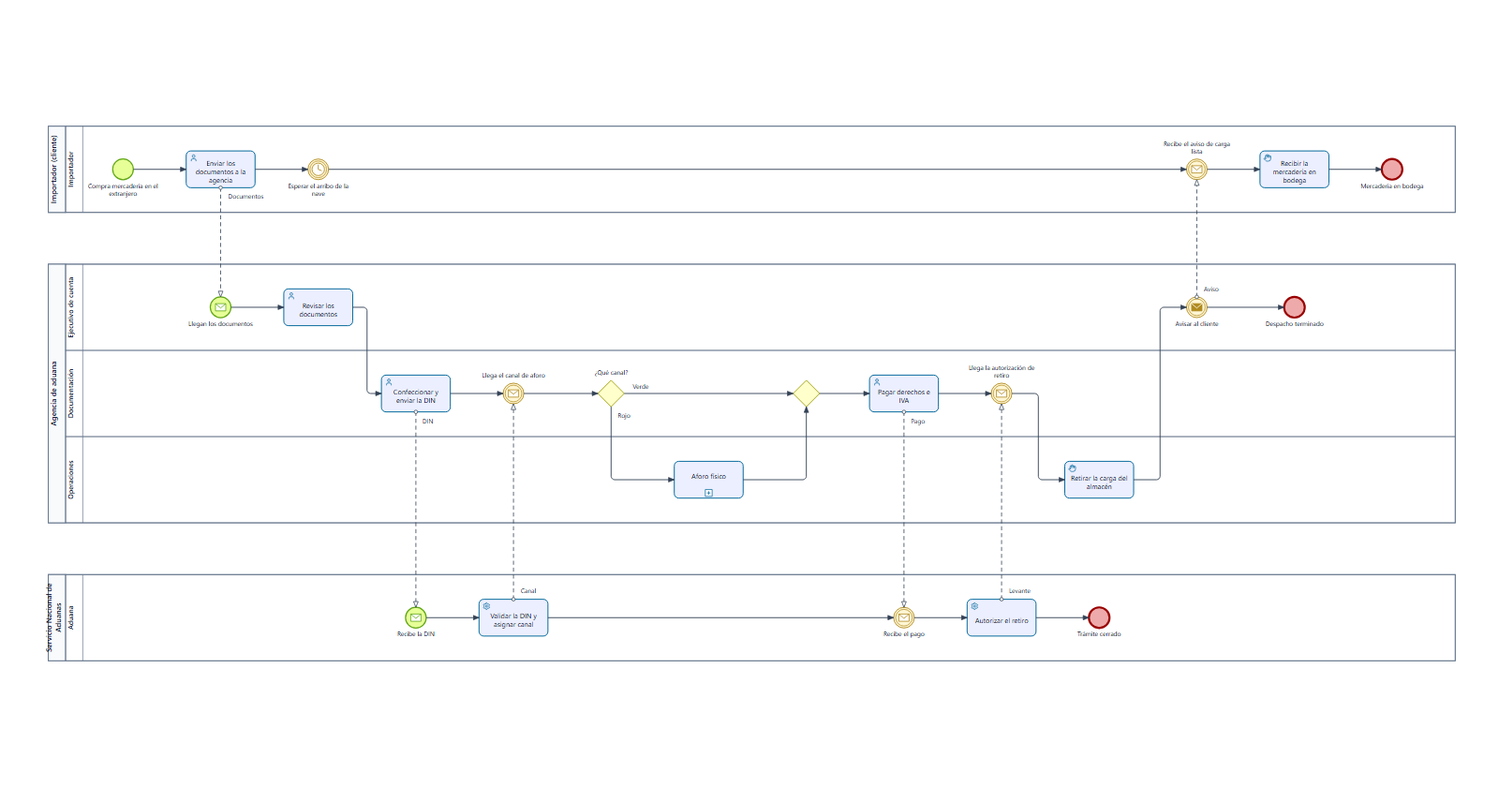
Above: plantillas/aduana-avanzada.png in ematurana-code/fluye (BPMN), before the change. Its source is kept beside it as plantillas/aduana-avanzada.bpmn. Ids are renumbered.
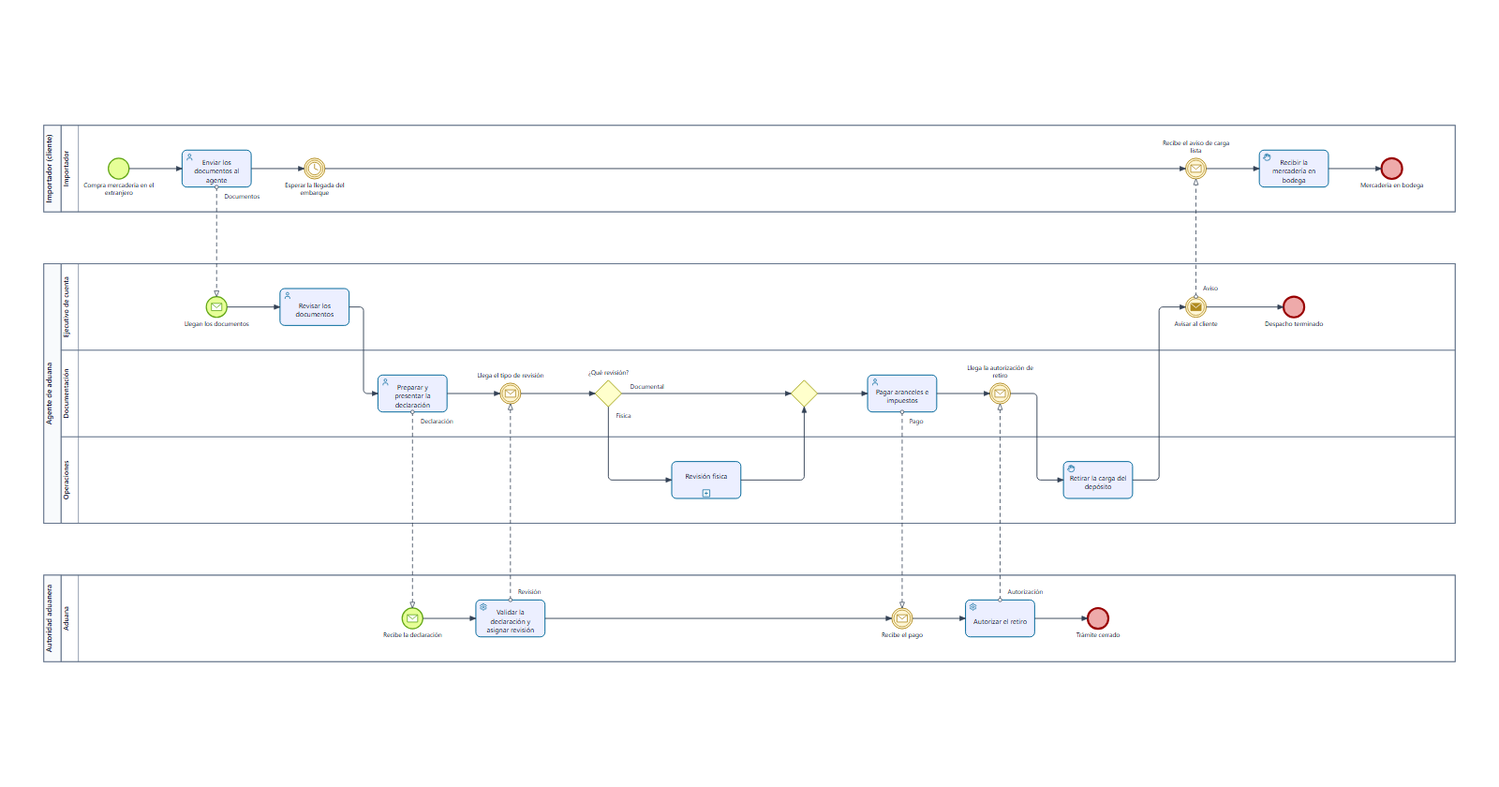
After the commit.

What changed in the source:
```diff
@@ -1,13 +1,13 @@
 <bpmn:definitions xmlns:bpmn="http://www.omg.org/spec/BPMN/20100524/MODEL" xmlns:bpmndi="http://www.omg.org/spec/BPMN/20100524/DI" xmlns:dc="http://www.omg.org/spec/DD/20100524/DC" xmlns:di="http://www.omg.org/spec/DD/20100524/DI" xmlns:fluye="http://fluye.app/schema/1.0" id="aduana_avanzada_definiciones" targetNamespace="http://fluye.app/bpmn" exporter="Fluye" exporterVersion="0.1.0">
   <bpmn:collaboration id="aduana_avanzada_colab0">
     <bpmn:participant id="aduana_avanzada_pool_importador" name="Importador (cliente)" processRef="aduana_avanzada_proceso_importador" />
-    <bpmn:participant id="aduana_avanzada_pool_agencia" name="Agencia de aduana" processRef="aduana_avanzada_proceso_agencia" />
-    <bpmn:participant id="aduana_avanzada_pool_aduana" name="Servicio Nacional de Aduanas" processRef="aduana_avanzada_proceso_aduana" />
+    <bpmn:participant id="aduana_avanzada_pool_agencia" name="Agente de aduana" processRef="aduana_avanzada_proceso_agencia" />
+    <bpmn:participant id="aduana_avanzada_pool_aduana" name="Autoridad aduanera" processRef="aduana_avanzada_proceso_aduana" />
     <bpmn:messageFlow id="aduana_avanzada_m0_0" name="Documentos" sourceRef="aduana_avanzada_c_env" targetRef="aduana_avanzada_a_ini" />
-    <bpmn:messageFlow id="aduana_avanzada_m0_1" name="DIN" sourceRef="aduana_avanzada_a_din" targetRef="aduana_avanzada_s_ini" />
-    <bpmn:messageFlow id="aduana_avanzada_m0_2" name="Canal" sourceRef="aduana_avanzada_s_val" targetRef="aduana_avanzada_a_can" />
+    <bpmn:messageFlow id="aduana_avanzada_m0_1" name="Declaración" sourceRef="aduana_avanzada_a_din" targetRef="aduana_avanzada_s_ini" />
+    <bpmn:messageFlow id="aduana_avanzada_m0_2" name="Revisión" sourceRef="aduana_avanzada_s_val" targetRef="aduana_avanzada_a_can" />
     <bpmn:messageFlow id="aduana_avanzada_m0_3" name="Pago" sourceRef="aduana_avanzada_a_pag" targetRef="aduana_avanzada_s_pag" />
-    <bpmn:messageFlow id="aduana_avanzada_m0_4" name="Levante" sourceRef="aduana_avanzada_s_aut" targetRef="aduana_avanzada_a_aut" />
+    <bpmn:messageFlow id="aduana_avanzada_m0_4" name="Autorización" sourceRef="aduana_avanzada_s_aut" targetRef="aduana_avanzada_a_aut" />
     <bpmn:messageFlow id="aduana_avanzada_m0_5" name="Aviso" sourceRef="aduana_avanzada_a_avi" targetRef="aduana_avanzada_c_avi" />
   </bpmn:collaboration>
   <bpmn:process id="aduana_avanzada_proceso_importador" isExecutable="false">
@@ -24,11 +24,11 @@
     <bpmn:startEvent id="aduana_avanzada_c_ini" name="Compra mercadería en el extranjero">
       <bpmn:outgoing>aduana_avanzada_f0_0</bpmn:outgoing>
     </bpmn:startEvent>
-    <bpmn:userTask id="aduana_avanzada_c_env" name="Enviar los documentos a la agencia">
+    <bpmn:userTask id="aduana_avanzada_c_env" name="Enviar los documentos al agente">
       <bpmn:incoming>aduana_avanzada_f0_0</bpmn:incoming>
       <bpmn:outgoing>aduana_avanzada_f0_1</bpmn:outgoing>
     </bpmn:userTask>
-    <bpmn:intermediateCatchEvent id="aduana_avanzada_c_esp" name="Esperar el arribo de la nave">
+    <bpmn:intermediateCatchEvent id="aduana_avanzada_c_esp" name="Esperar la llegada del embarque">
       <bpmn:incoming>aduana_avanzada_f0_1</bpmn:incoming>
       <bpmn:outgoing>aduana_avanzada_f0_2</bpmn:outgoing>
       <bpmn:timerEventDefinition id="aduana_avanzada_c_esp_def" />
@@ -80,22 +80,22 @@
       <bpmn:incoming>aduana_avanzada_f0_5</bpmn:incoming>
       <bpmn:outgoing>aduana_avanzada_f0_6</bpmn:outgoing>
     </bpmn:userTask>
-    <bpmn:userTask id="aduana_avanzada_a_din" name="Confeccionar y enviar la DIN">
+    <bpmn:userTask id="aduana_avanzada_a_din" name="Preparar y presentar la declaración">
       <bpmn:incoming>aduana_avanzada_f0_6</bpmn:incoming>
       <bpmn:outgoing>aduana_avanzada_f0_7</bpmn:outgoing>
     </bpmn:userTask>
-    <bpmn:intermediateCatchEvent id="aduana_avanzada_a_can" name="Llega el canal de aforo">
+    <bpmn:intermediateCatchEvent id="aduana_avanzada_a_can" name="Llega el tipo de revisión">
       <bpmn:incoming>aduana_avanzada_f0_7</bpmn:incoming>
       <bpmn:outgoing>aduana_avanzada_f0_8</bpmn:outgoing>
       <bpmn:messageEventDefinition id="aduana_avanzada_a_can_def" />
     </bpmn:intermediateCatchEvent>
-    <bpmn:exclusiveGateway id="aduana_avanzada_a_dec" name="¿Qué canal?">
+    <bpmn:exclusiveGateway id="aduana_avanzada_a_dec" name="¿Qué revisión?">
       <bpmn:incoming>aduana_avanzada_f0_8</bpmn:incoming>
       <bpmn:outgoing>aduana_avanzada_f0_9</bpmn:outgoing>
       <bpmn:outgoing>aduana_avanzada_f0_10</bpmn:outgoing>
     </bpmn:exclusiveGateway>
-    <bpmn:subProcess id="aduana_avanzada_a_afo" name="Aforo físico">
-      <bpmn:documentation>El detalle está en la pestaña "Aforo físico".</bpmn:documentation>
+    <bpmn:subProcess id="aduana_avanzada_a_afo" name="Revisión física">
+      <bpmn:documentation>El detalle está en la pestaña "Revisión física".</bpmn:documentation>
       <bpmn:incoming>aduana_avanzada_f0_9</bpmn:incoming>
       <bpmn:outgoing>aduana_avanzada_f0_11</bpmn:outgoing>
     </bpmn:subProcess>
@@ -104,7 +104,7 @@
       <bpmn:incoming>aduana_avanzada_f0_11</bpmn:incoming>
       <bpmn:outgoing>aduana_avanzada_f0_12</bpmn:outgoing>
     </bpmn:exclusiveGateway>
-    <bpmn:userTask id="aduana_avanzada_a_pag" name="Pagar derechos e IVA">
+    <bpmn:userTask id="aduana_avanzada_a_pag" name="Pagar aranceles e impuestos">
       <bpmn:incoming>aduana_avanzada_f0_12</bpmn:incoming>
       <bpmn:outgoing>aduana_avanzada_f0_13</bpmn:outgoing>
     </bpmn:userTask>
@@ -113,7 +113,7 @@
       <bpmn:outgoing>aduana_avanzada_f0_14</bpmn:outgoing>
       <bpmn:messageEventDefinition id="aduana_avanzada_a_aut_def" />
     </bpmn:intermediateCatchEvent>
-    <bpmn:manualTask id="aduana_avanzada_a_ret" name="Retirar la carga del almacén">
+    <bpmn:manualTask id="aduana_avanzada_a_ret" name="Retirar la carga del depósito">
       <bpmn:incoming>aduana_avanzada_f0_14</bpmn:incoming>
       <bpmn:outgoing>aduana_avanzada_f0_15</bpmn:outgoing>
     </bpmn:manualTask>
@@ -129,8 +129,8 @@
     <bpmn:sequenceFlow id="aduana_avanzada_f0_6" sourceRef="aduana_avanzada_a_rev" targetRef="aduana_avanzada_a_din" />
     <bpmn:sequenceFlow id="aduana_avanzada_f0_7" sourceRef="aduana_avanzada_a_din" targetRef="aduana_avanzada_a_can" />
     <bpmn:sequenceFlow id="aduana_avanzada_f0_8" sourceRef="aduana_avanzada_a_can" targetRef="aduana_avanzada_a_dec" />
-    <bpmn:sequenceFlow id="aduana_avanzada_f0_9" name="Rojo" sourceRef="aduana_avanzada_a_dec" targetRef="aduana_avanzada_a_afo" />
-    <bpmn:sequenceFlow id="aduana_avanzada_f0_10" name="Verde" sourceRef="aduana_avanzada_a_dec" targetRef="aduana_avanzada_a_uni" />
+    <bpmn:sequenceFlow id="aduana_avanzada_f0_9" name="Física" sourceRef="aduana_avanzada_a_dec" targetRef="aduana_avanzada_a_afo" />
+    <bpmn:sequenceFlow id="aduana_avanzada_f0_10" name="Documental" sourceRef="aduana_avanzada_a_dec" targetRef="aduana_avanzada_a_uni" />
     <bpmn:sequenceFlow id="aduana_avanzada_f0_11" sourceRef="aduana_avanzada_a_afo" targetRef="aduana_avanzada_a_uni" />
     <bpmn:sequenceFlow id="aduana_avanzada_f0_12" sourceRef="aduana_avanzada_a_uni" targetRef="aduana_avanzada_a_pag" />
     <bpmn:sequenceFlow id="aduana_avanzada_f0_13" sourceRef="aduana_avanzada_a_pag" targetRef="aduana_avanzada_a_aut" />
@@ -148,11 +148,11 @@
         <bpmn:flowNodeRef>aduana_avanzada_s_fin</bpmn:flowNodeRef>
       </bpmn:lane>
     </bpmn:laneSet>
-    <bpmn:startEvent id="aduana_avanzada_s_ini" name="Recibe la DIN">
+    <bpmn:startEvent id="aduana_avanzada_s_ini" name="Recibe la declaración">
       <bpmn:outgoing>aduana_avanzada_f0_17</bpmn:outgoing>
       <bpmn:messageEventDefinition id="aduana_avanzada_s_ini_def" />
     </bpmn:startEvent>
-    <bpmn:serviceTask id="aduana_avanzada_s_val" name="Validar la DIN y asignar canal">
+    <bpmn:serviceTask id="aduana_avanzada_s_val" name="Validar la declaración y asignar revisión">
       <bpmn:incoming>aduana_avanzada_f0_17</bpmn:incoming>
       <bpmn:outgoing>aduana_avanzada_f0_18</bpmn:outgoing>
     </bpmn:serviceTask>
@@ -174,16 +174,16 @@
     <bpmn:sequenceFlow id="aduana_avanzada_f0_20" sourceRef="aduana_avanzada_s_aut" targetRef="aduana_avanzada_s_fin" />
   </bpmn:process>
   <bpmn:collaboration id="aduana_avanzada_colab1">
-    <bpmn:participant id="aduana_avanzada_pool_aforo" name="Aforo físico" processRef="aduana_avanzada_proceso_aforo" />
+    <bpmn:participant id="aduana_avanzada_pool_aforo" name="Revisión física" processRef="aduana_avanzada_proceso_aforo" />
   </bpmn:collaboration>
   <bpmn:process id="aduana_avanzada_proceso_aforo" isExecutable="false">
     <bpmn:laneSet id="aduana_avanzada_carriles_aforo">
-      <bpmn:lane id="aduana_avanzada_carril_f_ope" name="Operaciones (agencia)">
+      <bpmn:lane id="aduana_avanzada_carril_f_ope" name="Operaciones (agente)">
         <bpmn:flowNodeRef>aduana_avanzada_f_ini</bpmn:flowNodeRef>
         <bpmn:flowNodeRef>aduana_avanzada_f_coo</bpmn:flowNodeRef>
         <bpmn:flowNodeRef>aduana_avanzada_f_acl</bpmn:flowNodeRef>
       </bpmn:lane>
-      <bpmn:lane id="aduana_avanzada_carril_f_fis" name="Fiscalizador de Aduana">
+      <bpmn:lane id="aduana_avanzada_carril_f_fis" name="Inspector de aduana">
         <bpmn:flowNodeRef>aduana_avanzada_f_rev</bpmn:flowNodeRef>
         <bpmn:flowNodeRef>aduana_avanzada_f_dec</bpmn:flowNodeRef>
         <bpmn:flowNodeRef>aduana_avanzada_f_ok</bpmn:flowNodeRef>
@@ -191,10 +191,10 @@
         <bpmn:flowNodeRef>aduana_avanzada_f_obs</bpmn:flowNodeRef>
       </bpmn:lane>
     </bpmn:laneSet>
-    <bpmn:startEvent id="aduana_avanzada_f_ini" name="Aduana asigna canal rojo">
+    <bpmn:startEvent id="aduana_avanzada_f_ini" name="La aduana pide revisión física">
       <bpmn:outgoing>aduana_avanzada_f1_0</bpmn:outgoing>
     </bpmn:startEvent>
-    <bpmn:userTask id="aduana_avanzada_f_coo" name="Coordinar hora y lugar con el almacén">
+    <bpmn:userTask id="aduana_avanzada_f_coo" name="Coordinar hora y lugar con el depósito">
       <bpmn:incoming>aduana_avanzada_f1_0</bpmn:incoming>
       <bpmn:outgoing>aduana_avanzada_f1_1</bpmn:outgoing>
     </bpmn:userTask>
@@ -202,12 +202,12 @@
       <bpmn:incoming>aduana_avanzada_f1_1</bpmn:incoming>
       <bpmn:outgoing>aduana_avanzada_f1_2</bpmn:outgoing>
     </bpmn:manualTask>
-    <bpmn:exclusiveGateway id="aduana_avanzada_f_dec" name="¿Coincide con la DIN?">
+    <bpmn:exclusiveGateway id="aduana_avanzada_f_dec" name="¿Coincide con la declaración?">
       <bpmn:incoming>aduana_avanzada_f1_2</bpmn:incoming>
       <bpmn:outgoing>aduana_avanzada_f1_3</bpmn:outgoing>
       <bpmn:outgoing>aduana_avanzada_f1_4</bpmn:outgoing>
     </bpmn:exclusiveGateway>
-    <bpmn:endEvent id="aduana_avanzada_f_ok" name="Aforo conforme">
+    <bpmn:endEvent id="aduana_avanzada_f_ok" name="Revisión conforme">
       <bpmn:incoming>aduana_avanzada_f1_3</bpmn:incoming>
     </bpmn:endEvent>
     <bpmn:userTask id="aduana_avanzada_f_acl" name="Presentar una aclaración">
@@ -218,7 +218,7 @@
       <bpmn:incoming>aduana_avanzada_f1_5</bpmn:incoming>
       <bpmn:outgoing>aduana_avanzada_f1_6</bpmn:outgoing>
     </bpmn:userTask>
-    <bpmn:endEvent id="aduana_avanzada_f_obs" name="Aforo con observación">
+    <bpmn:endEvent id="aduana_avanzada_f_obs" name="Revisión con observación">
       <bpmn:incoming>aduana_avanzada_f1_6</bpmn:incoming>
     </bpmn:endEvent>
     <bpmn:sequenceFlow id="aduana_avanzada_f1_0" sourceRef="aduana_avanzada_f_ini" targetRef="aduana_avanzada_f_coo" />
@@ -229,7 +229,7 @@
     <bpmn:sequenceFlow id="aduana_avanzada_f1_5" sourceRef="aduana_avanzada_f_acl" targetRef="aduana_avanzada_f_apr" />
     <bpmn:sequenceFlow id="aduana_avanzada_f1_6" sourceRef="aduana_avanzada_f_apr" targetRef="aduana_avanzada_f_obs" />
   </bpmn:process>
-  <bpmndi:BPMNDiagram id="aduana_avanzada_diagrama0" name="Despacho">
+  <bpmndi:BPMNDiagram id="aduana_avanzada_diagrama0" name="Importación">
     <bpmndi:BPMNPlane id="aduana_avanzada_plano0" bpmnElement="aduana_avanzada_colab0">
       <bpmndi:BPMNShape id="DI_aduana_avanzada_pool_importador" bpmnElement="aduana_avanzada_pool_importador" isHorizontal="true">
         <dc:Bounds x="80" y="60" width="2450" height="150" />
@@ -442,7 +442,7 @@
       </bpmndi:BPMNEdge>
     </bpmndi:BPMNPlane>
   </bpmndi:BPMNDiagram>
-  <bpmndi:BPMNDiagram id="aduana_avanzada_diagrama1" name="Aforo físico">
+  <bpmndi:BPMNDiagram id="aduana_avanzada_diagrama1" name="Revisión física">
     <bpmndi:BPMNPlane id="aduana_avanzada_plano1" bpmnElement="aduana_avanzada_colab1">
       <bpmndi:BPMNShape id="DI_aduana_avanzada_pool_aforo" bpmnElement="aduana_avanzada_pool_aforo" isHorizontal="true">
         <dc:Bounds x="80" y="60" width="1260" height="300" />
```
